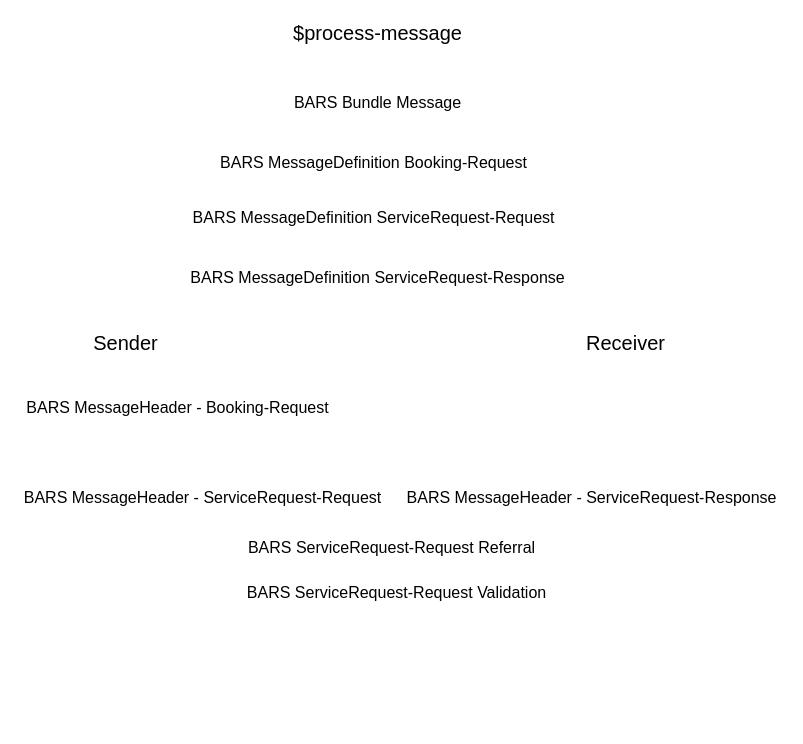
Before: Untitled Diagram.drawio in NaminderSoorma/draw.io, a draw.io diagram. Source tidied: cells renumbered, new cells numbered last; positions are measured from the earlier drawing's top-left corner, leaving out a move shared by most shapes. Both pictures are drawn from the tidied source at 100%, with x=0, y=0 at pixel (17, 17).
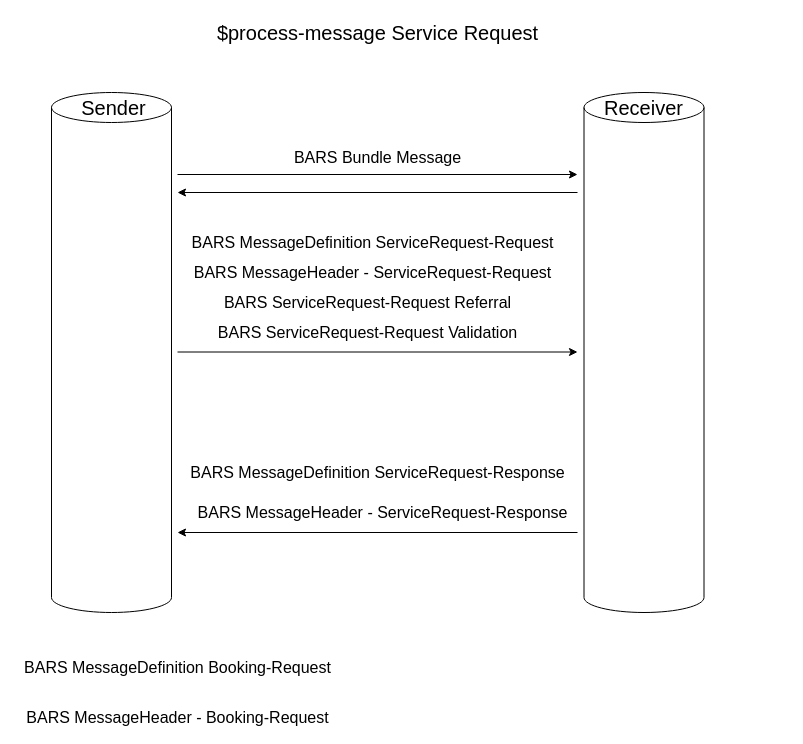
Above is the later version.

Diff of the diagram source:
```diff
@@
+    <mxCell id="14" style="shape=cylinder3;whiteSpace=wrap;html=1;boundedLbl=1;backgroundOutline=1;size=15;fontSize=16;" parent="1" vertex="1">
+      <mxGeometry x="566.5" y="75" width="120" height="520" as="geometry" />
+    </mxCell>
+    <mxCell id="15" style="shape=cylinder3;whiteSpace=wrap;html=1;boundedLbl=1;backgroundOutline=1;size=15;fontSize=16;" parent="1" vertex="1">
+      <mxGeometry x="34" y="75" width="120" height="520" as="geometry" />
+    </mxCell>
     <mxCell id="2" value="Sender" style="text;html=1;align=center;verticalAlign=middle;fillColor=none;strokeColor=none;rounded=0;fontSize=20;" parent="1" vertex="1">
-      <mxGeometry x="67.5" y="310" width="80" height="30" as="geometry" />
+      <mxGeometry x="55.5" y="75" width="80" height="30" as="geometry" />
     </mxCell>
     <mxCell id="3" value="Receiver" style="text;html=1;align=center;verticalAlign=middle;fillColor=none;strokeColor=none;rounded=0;fontSize=20;" parent="1" vertex="1">
-      <mxGeometry x="562.5" y="310" width="90" height="30" as="geometry" />
+      <mxGeometry x="580.5" y="75" width="90" height="30" as="geometry" />
     </mxCell>
-    <mxCell id="4" value="$process-message" style="text;html=1;align=center;verticalAlign=middle;fillColor=none;strokeColor=none;rounded=0;fontSize=20;" parent="1" vertex="1">
-      <mxGeometry x="270" width="180" height="30" as="geometry" />
+    <mxCell id="4" value="$process-message Service Request" style="text;html=1;align=center;verticalAlign=middle;fillColor=none;strokeColor=none;rounded=0;fontSize=20;" parent="1" vertex="1">
+      <mxGeometry x="190" width="340" height="30" as="geometry" />
     </mxCell>
     <mxCell id="5" value="BARS Bundle Message" style="text;html=1;align=center;verticalAlign=middle;fillColor=none;strokeColor=none;rounded=0;fontSize=16;" parent="1" vertex="1">
-      <mxGeometry x="270" y="75" width="180" height="20" as="geometry" />
+      <mxGeometry x="270" y="130" width="180" height="20" as="geometry" />
     </mxCell>
     <mxCell id="6" value="BARS MessageDefinition Booking-Request" style="text;html=1;align=center;verticalAlign=middle;fillColor=none;strokeColor=none;rounded=0;fontSize=16;" parent="1" vertex="1">
-      <mxGeometry x="196" y="135" width="320" height="20" as="geometry" />
+      <mxGeometry y="640" width="320" height="20" as="geometry" />
     </mxCell>
     <mxCell id="7" value="BARS MessageDefinition ServiceRequest-Request" style="text;html=1;align=center;verticalAlign=middle;fillColor=none;strokeColor=none;rounded=0;fontSize=16;" parent="1" vertex="1">
-      <mxGeometry x="166" y="190" width="380" height="20" as="geometry" />
+      <mxGeometry x="165" y="215" width="380" height="20" as="geometry" />
     </mxCell>
     <mxCell id="8" value="BARS MessageDefinition ServiceRequest-Response" style="text;html=1;align=center;verticalAlign=middle;fillColor=none;strokeColor=none;rounded=0;fontSize=16;" parent="1" vertex="1">
-      <mxGeometry x="165" y="250" width="390" height="20" as="geometry" />
+      <mxGeometry x="165" y="445" width="390" height="20" as="geometry" />
     </mxCell>
     <mxCell id="9" value="BARS MessageHeader - Booking-Request" style="text;html=1;align=center;verticalAlign=middle;fillColor=none;strokeColor=none;rounded=0;fontSize=16;" parent="1" vertex="1">
-      <mxGeometry y="380" width="320" height="20" as="geometry" />
+      <mxGeometry y="690" width="320" height="20" as="geometry" />
     </mxCell>
     <mxCell id="10" value="BARS MessageHeader - ServiceRequest-Request" style="text;html=1;align=center;verticalAlign=middle;fillColor=none;strokeColor=none;rounded=0;fontSize=16;" parent="1" vertex="1">
-      <mxGeometry y="470" width="370" height="20" as="geometry" />
+      <mxGeometry x="170" y="245" width="370" height="20" as="geometry" />
     </mxCell>
     <mxCell id="11" value="BARS MessageHeader - ServiceRequest-Response" style="text;html=1;align=center;verticalAlign=middle;fillColor=none;strokeColor=none;rounded=0;fontSize=16;" parent="1" vertex="1">
-      <mxGeometry x="379" y="470" width="390" height="20" as="geometry" />
+      <mxGeometry x="170" y="485" width="390" height="20" as="geometry" />
     </mxCell>
     <mxCell id="12" value="BARS ServiceRequest-Request Referral" style="text;html=1;align=center;verticalAlign=middle;fillColor=none;strokeColor=none;rounded=0;fontSize=16;" parent="1" vertex="1">
-      <mxGeometry x="224" y="520" width="300" height="20" as="geometry" />
+      <mxGeometry x="200" y="275" width="300" height="20" as="geometry" />
     </mxCell>
     <mxCell id="13" value="BARS ServiceRequest-Request Validation" style="text;html=1;align=center;verticalAlign=middle;fillColor=none;strokeColor=none;rounded=0;fontSize=16;" parent="1" vertex="1">
-      <mxGeometry x="224" y="565" width="310" height="20" as="geometry" />
+      <mxGeometry x="195" y="305" width="310" height="20" as="geometry" />
     </mxCell>
+    <mxCell id="16" style="endArrow=classic;html=1;rounded=0;fontSize=16;" parent="1" edge="1">
+      <mxGeometry relative="1" as="geometry">
+        <mxPoint x="160" y="157" as="sourcePoint" />
+        <mxPoint x="560" y="157" as="targetPoint" />
+      </mxGeometry>
+    </mxCell>
+    <mxCell id="17" style="endArrow=classic;html=1;rounded=0;fontSize=16;" parent="1" edge="1">
+      <mxGeometry relative="1" as="geometry">
+        <mxPoint x="560" y="175" as="sourcePoint" />
+        <mxPoint x="160" y="175" as="targetPoint" />
+      </mxGeometry>
+    </mxCell>
+    <mxCell id="18" style="endArrow=classic;html=1;rounded=0;fontSize=16;" parent="1" edge="1">
+      <mxGeometry relative="1" as="geometry">
+        <mxPoint x="160" y="334.5" as="sourcePoint" />
+        <mxPoint x="560" y="334.5" as="targetPoint" />
+      </mxGeometry>
+    </mxCell>
+    <mxCell id="19" style="endArrow=classic;html=1;rounded=0;fontSize=16;" parent="1" edge="1">
+      <mxGeometry relative="1" as="geometry">
+        <mxPoint x="560" y="515" as="sourcePoint" />
+        <mxPoint x="160" y="515" as="targetPoint" />
+      </mxGeometry>
+    </mxCell>
```
